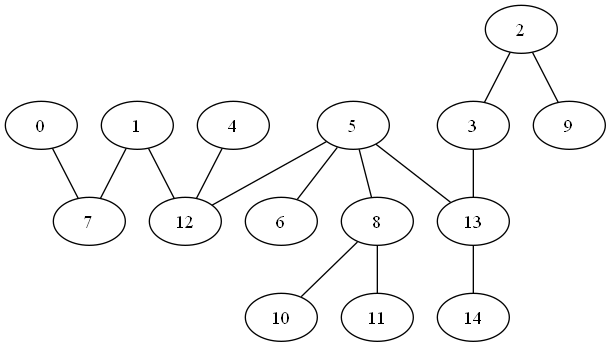
The Graphviz diagram tree2.png in zalt00/ant_colony, before a commit. Its source is kept beside it as tree2.dot.
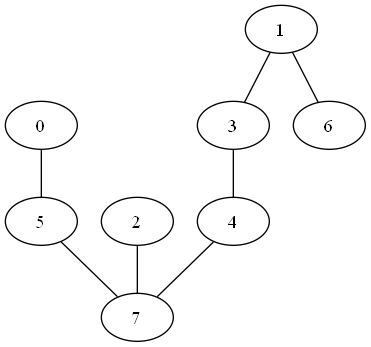
After the change.

Change to the diagram source:
```diff
@@ -7,25 +7,11 @@
     5 [ label = "5" ]
     6 [ label = "6" ]
     7 [ label = "7" ]
-    8 [ label = "8" ]
-    9 [ label = "9" ]
-    10 [ label = "10" ]
-    11 [ label = "11" ]
-    12 [ label = "12" ]
-    13 [ label = "13" ]
-    14 [ label = "14" ]
-    0 -- 7 [ ]
-    1 -- 7 [ ]
-    1 -- 12 [ ]
-    2 -- 3 [ ]
-    2 -- 9 [ ]
-    3 -- 13 [ ]
-    4 -- 12 [ ]
-    5 -- 13 [ ]
-    5 -- 12 [ ]
-    5 -- 8 [ ]
-    5 -- 6 [ ]
-    8 -- 10 [ ]
-    8 -- 11 [ ]
-    13 -- 14 [ ]
+    0 -- 5 [ ]
+    1 -- 3 [ ]
+    1 -- 6 [ ]
+    2 -- 7 [ ]
+    3 -- 4 [ ]
+    4 -- 7 [ ]
+    5 -- 7 [ ]
 }
```
